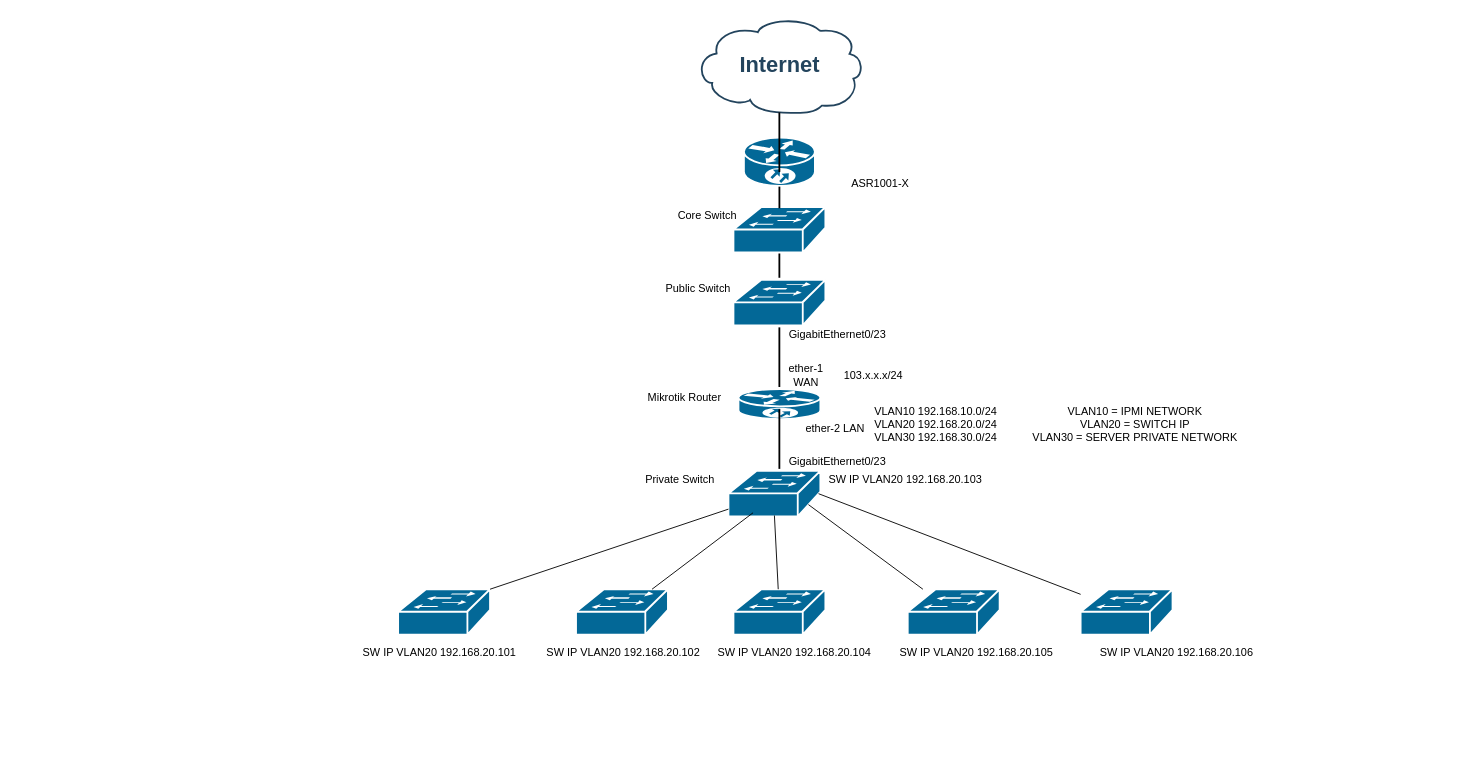
Above: Untitled Diagram.drawio in LowKey88/diagramx (draw.io), before the change. Source tidied: cells renumbered, new cells numbered last; positions are measured from the earlier drawing's top-left corner, leaving out a move shared by most shapes. Both pictures are drawn from the tidied source at 91%, with x=0, y=0 at pixel (343, 16).
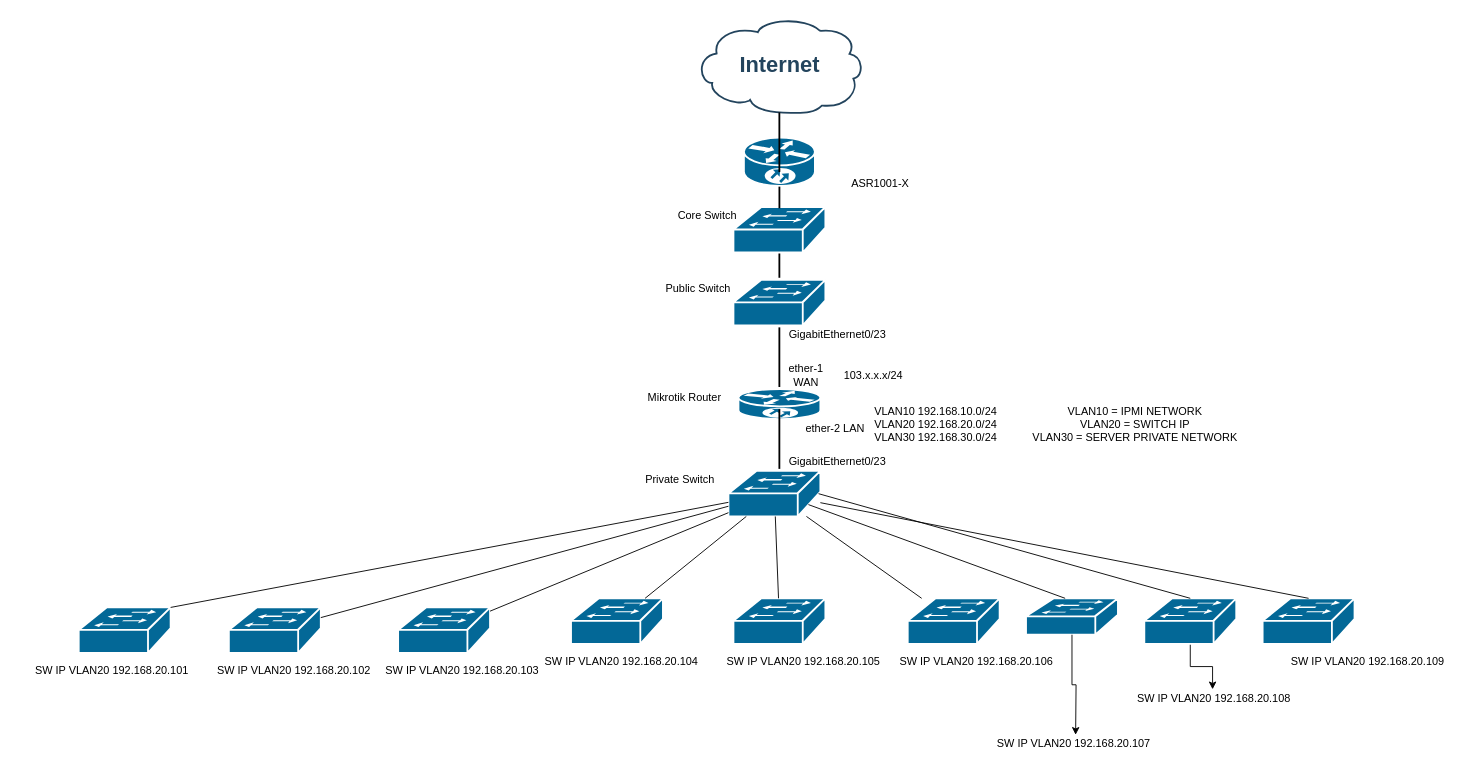
The same page after the edit.

Unchanged cells that the change refers to:
```xml
<mxCell id="9" style="shape=mxgraph.cisco.switches.workgroup_switch;html=1;dashed=0;fillColor=#036897;strokeColor=#ffffff;strokeWidth=2;verticalLabelPosition=bottom;verticalAlign=top;align=center;outlineConnect=0;" parent="1" vertex="1">
  <mxGeometry x="423" y="499" width="101" height="50" as="geometry" />
</mxCell>
```

Change to the diagram source:
```diff
@@
     <mxCell id="17" style="shape=mxgraph.cisco.switches.workgroup_switch;html=1;dashed=0;fillColor=#036897;strokeColor=#ffffff;strokeWidth=2;verticalLabelPosition=bottom;verticalAlign=top;align=center;outlineConnect=0;" parent="1" vertex="1">
-      <mxGeometry x="60" y="629" width="101" height="50" as="geometry" />
+      <mxGeometry x="-291" y="649" width="101" height="50" as="geometry" />
     </mxCell>
     <mxCell id="18" style="shape=mxgraph.cisco.switches.workgroup_switch;html=1;dashed=0;fillColor=#036897;strokeColor=#ffffff;strokeWidth=2;verticalLabelPosition=bottom;verticalAlign=top;align=center;outlineConnect=0;" parent="1" vertex="1">
-      <mxGeometry x="255.5" y="629" width="101" height="50" as="geometry" />
+      <mxGeometry x="-126" y="649" width="101" height="50" as="geometry" />
     </mxCell>
     <mxCell id="19" style="shape=mxgraph.cisco.switches.workgroup_switch;html=1;dashed=0;fillColor=#036897;strokeColor=#ffffff;strokeWidth=2;verticalLabelPosition=bottom;verticalAlign=top;align=center;outlineConnect=0;" parent="1" vertex="1">
-      <mxGeometry x="428.5" y="629" width="101" height="50" as="geometry" />
+      <mxGeometry x="250" y="639" width="101" height="50" as="geometry" />
     </mxCell>
     <mxCell id="20" style="shape=mxgraph.cisco.switches.workgroup_switch;html=1;dashed=0;fillColor=#036897;strokeColor=#ffffff;strokeWidth=2;verticalLabelPosition=bottom;verticalAlign=top;align=center;outlineConnect=0;" parent="1" vertex="1">
-      <mxGeometry x="620" y="629" width="101" height="50" as="geometry" />
+      <mxGeometry x="428.5" y="639" width="101" height="50" as="geometry" />
     </mxCell>
     <mxCell id="21" style="shape=mxgraph.cisco.switches.workgroup_switch;html=1;dashed=0;fillColor=#036897;strokeColor=#ffffff;strokeWidth=2;verticalLabelPosition=bottom;verticalAlign=top;align=center;outlineConnect=0;" parent="1" vertex="1">
-      <mxGeometry x="810" y="629" width="101" height="50" as="geometry" />
+      <mxGeometry x="620" y="639" width="101" height="50" as="geometry" />
     </mxCell>
-    <mxCell id="22" value="&amp;nbsp;SW IP VLAN20 192.168.20.103 " style="text;html=1;strokeColor=none;fillColor=none;align=center;verticalAlign=middle;whiteSpace=wrap;rounded=0;" parent="1" vertex="1">
-      <mxGeometry x="511.8" y="499" width="208" height="20" as="geometry" />
-    </mxCell>
     <mxCell id="23" value="&amp;nbsp;SW IP VLAN20 192.168.20.101 " style="text;html=1;strokeColor=none;fillColor=none;align=center;verticalAlign=middle;whiteSpace=wrap;rounded=0;" parent="1" vertex="1">
-      <mxGeometry y="689" width="208" height="20" as="geometry" />
+      <mxGeometry x="-360" y="709" width="208" height="20" as="geometry" />
     </mxCell>
     <mxCell id="24" value="&amp;nbsp;SW IP VLAN20 192.168.20.102 " style="text;html=1;strokeColor=none;fillColor=none;align=center;verticalAlign=middle;whiteSpace=wrap;rounded=0;" parent="1" vertex="1">
-      <mxGeometry x="202" y="689" width="208" height="20" as="geometry" />
+      <mxGeometry x="-160" y="709" width="208" height="20" as="geometry" />
     </mxCell>
     <mxCell id="25" value="&amp;nbsp;SW IP VLAN20 192.168.20.104 " style="text;html=1;strokeColor=none;fillColor=none;align=center;verticalAlign=middle;whiteSpace=wrap;rounded=0;" parent="1" vertex="1">
-      <mxGeometry x="390" y="689" width="208" height="20" as="geometry" />
+      <mxGeometry x="200" y="699" width="208" height="20" as="geometry" />
     </mxCell>
     <mxCell id="26" value="&amp;nbsp;SW IP VLAN20 192.168.20.105 " style="text;html=1;strokeColor=none;fillColor=none;align=center;verticalAlign=middle;whiteSpace=wrap;rounded=0;" parent="1" vertex="1">
-      <mxGeometry x="590" y="689" width="208" height="20" as="geometry" />
+      <mxGeometry x="400" y="699" width="208" height="20" as="geometry" />
     </mxCell>
     <mxCell id="27" value="&amp;nbsp;SW IP VLAN20 192.168.20.106 " style="text;html=1;strokeColor=none;fillColor=none;align=center;verticalAlign=middle;whiteSpace=wrap;rounded=0;" parent="1" vertex="1">
-      <mxGeometry x="810" y="689" width="208" height="20" as="geometry" />
+      <mxGeometry x="590" y="699" width="208" height="20" as="geometry" />
     </mxCell>
@@
-    <mxCell id="31" style="endArrow=none;html=1;" parent="1" edge="1" source="18">
-      <mxGeometry relative="1" as="geometry">
-        <mxPoint x="450" y="545" as="targetPoint" />
-      </mxGeometry>
+    <mxCell id="31" style="endArrow=none;html=1;" parent="1" edge="1" source="18" target="9">
+      <mxGeometry relative="1" as="geometry" />
     </mxCell>
-    <mxCell id="32" style="endArrow=none;html=1;entryX=0.5;entryY=0.98;entryDx=0;entryDy=0;entryPerimeter=0;" parent="1" edge="1" source="19" target="9">
+    <mxCell id="32" style="endArrow=none;html=1;" parent="1" edge="1" source="19" target="9">
       <mxGeometry relative="1" as="geometry" />
     </mxCell>
-    <mxCell id="33" style="endArrow=none;html=1;entryX=0.87;entryY=0.74;entryDx=0;entryDy=0;entryPerimeter=0;" parent="1" edge="1" source="20" target="9">
+    <mxCell id="33" style="endArrow=none;html=1;" parent="1" edge="1" source="20" target="9">
       <mxGeometry relative="1" as="geometry" />
     </mxCell>
-    <mxCell id="34" style="endArrow=none;html=1;exitX=0.98;exitY=0.5;exitDx=0;exitDy=0;exitPerimeter=0;" parent="1" edge="1" source="9" target="21">
+    <mxCell id="34" style="endArrow=none;html=1;" parent="1" edge="1" source="9" target="21">
       <mxGeometry relative="1" as="geometry" />
     </mxCell>
@@
+    <mxCell id="41" style="shape=mxgraph.cisco.switches.workgroup_switch;html=1;dashed=0;fillColor=#036897;strokeColor=#ffffff;strokeWidth=2;verticalLabelPosition=bottom;verticalAlign=top;align=center;outlineConnect=0;" parent="1" vertex="1">
+      <mxGeometry x="60" y="649" width="101" height="50" as="geometry" />
+    </mxCell>
+    <mxCell id="22" value="&amp;nbsp;SW IP VLAN20 192.168.20.103 " style="text;html=1;strokeColor=none;fillColor=none;align=center;verticalAlign=middle;whiteSpace=wrap;rounded=0;" parent="1" vertex="1">
+      <mxGeometry x="25" y="709" width="208" height="20" as="geometry" />
+    </mxCell>
+    <mxCell id="42" style="endArrow=none;html=1;" parent="1" edge="1" source="41" target="9">
+      <mxGeometry relative="1" as="geometry" />
+    </mxCell>
+    <mxCell id="43" style="shape=mxgraph.cisco.switches.workgroup_switch;html=1;dashed=0;fillColor=#036897;strokeColor=#ffffff;strokeWidth=2;verticalLabelPosition=bottom;verticalAlign=top;align=center;outlineConnect=0;" parent="1" vertex="1">
+      <mxGeometry x="750" y="639" width="101" height="40" as="geometry" />
+    </mxCell>
+    <mxCell id="44" value="&amp;nbsp;SW IP VLAN20 192.168.20.107 " style="text;html=1;strokeColor=none;fillColor=none;align=center;verticalAlign=middle;whiteSpace=wrap;rounded=0;" parent="1" vertex="1">
+      <mxGeometry x="696.5" y="789" width="208" height="20" as="geometry" />
+    </mxCell>
+    <mxCell id="45" style="edgeStyle=orthogonalEdgeStyle;rounded=0;jettySize=auto;html=1;" parent="1" edge="1" source="46" target="52">
+      <mxGeometry relative="1" as="geometry" />
+    </mxCell>
+    <mxCell id="46" style="shape=mxgraph.cisco.switches.workgroup_switch;html=1;dashed=0;fillColor=#036897;strokeColor=#ffffff;strokeWidth=2;verticalLabelPosition=bottom;verticalAlign=top;align=center;outlineConnect=0;" parent="1" vertex="1">
+      <mxGeometry x="880" y="639" width="101" height="50" as="geometry" />
+    </mxCell>
+    <mxCell id="47" value="&amp;nbsp;SW IP VLAN20 192.168.20.109 " style="text;html=1;strokeColor=none;fillColor=none;align=center;verticalAlign=middle;whiteSpace=wrap;rounded=0;" parent="1" vertex="1">
+      <mxGeometry x="1020" y="699" width="208" height="20" as="geometry" />
+    </mxCell>
+    <mxCell id="48" style="endArrow=none;html=1;exitX=0.87;exitY=0.74;exitDx=0;exitDy=0;exitPerimeter=0;" parent="1" edge="1" source="9">
+      <mxGeometry relative="1" as="geometry">
+        <mxPoint x="793" y="639" as="targetPoint" />
+      </mxGeometry>
+    </mxCell>
+    <mxCell id="49" style="endArrow=none;html=1;entryX=0.5;entryY=0;entryDx=0;entryDy=0;entryPerimeter=0;exitX=0.98;exitY=0.5;exitDx=0;exitDy=0;exitPerimeter=0;" parent="1" edge="1" source="9" target="46">
+      <mxGeometry relative="1" as="geometry" />
+    </mxCell>
+    <mxCell id="50" style="shape=mxgraph.cisco.switches.workgroup_switch;html=1;dashed=0;fillColor=#036897;strokeColor=#ffffff;strokeWidth=2;verticalLabelPosition=bottom;verticalAlign=top;align=center;outlineConnect=0;" parent="1" vertex="1">
+      <mxGeometry x="1010" y="639" width="101" height="50" as="geometry" />
+    </mxCell>
+    <mxCell id="51" style="endArrow=none;html=1;entryX=0.5;entryY=0;entryDx=0;entryDy=0;entryPerimeter=0;" parent="1" edge="1" source="9" target="50">
+      <mxGeometry relative="1" as="geometry" />
+    </mxCell>
+    <mxCell id="52" value="&amp;nbsp;SW IP VLAN20 192.168.20.108 " style="text;html=1;strokeColor=none;fillColor=none;align=center;verticalAlign=middle;whiteSpace=wrap;rounded=0;" parent="1" vertex="1">
+      <mxGeometry x="851" y="739" width="208" height="20" as="geometry" />
+    </mxCell>
+    <mxCell id="53" style="edgeStyle=orthogonalEdgeStyle;rounded=0;jettySize=auto;html=1;" parent="1" edge="1" source="43">
+      <mxGeometry relative="1" as="geometry">
+        <mxPoint x="804.5" y="789" as="targetPoint" />
+      </mxGeometry>
+    </mxCell>
```
